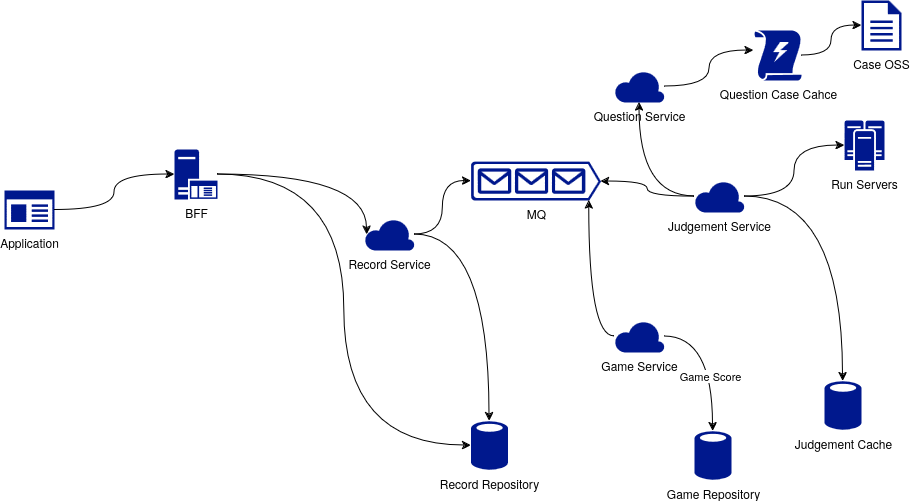
Above: docs/assets/moj-judgement-top.drawio.png in msqtt/moj (draw.io), before the change. Source tidied: cells renumbered, new cells last; positions are measured from the earlier drawing's top-left corner, leaving out a move shared by most shapes.
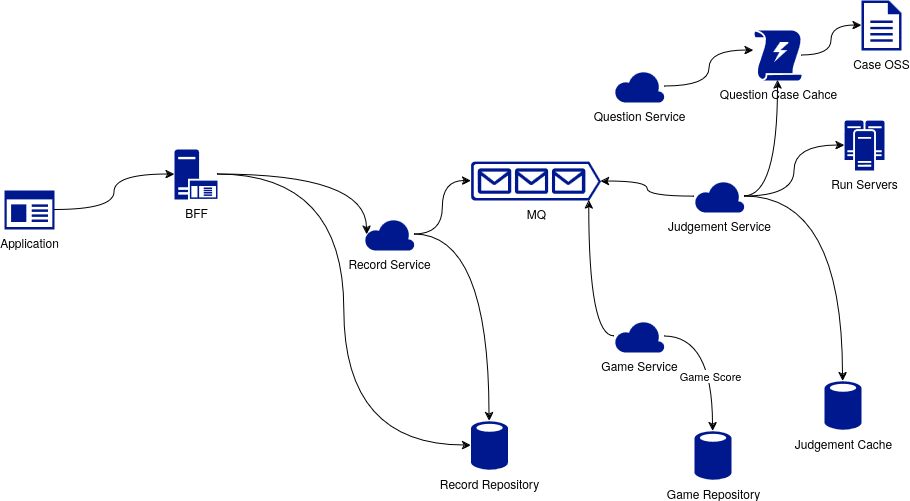
The same diagram one commit later.

What changed in the source:
```diff
@@ -11,7 +11,7 @@
     <mxCell id="4" value="Record Service" style="sketch=0;shadow=0;dashed=0;html=1;strokeColor=none;labelPosition=center;verticalLabelPosition=bottom;verticalAlign=top;align=center;fillColor=#00188D;shape=mxgraph.azure.cloud;" parent="1" vertex="1">
       <mxGeometry x="360" y="218" width="50" height="32" as="geometry" />
     </mxCell>
-    <mxCell id="5" style="edgeStyle=orthogonalEdgeStyle;rounded=0;jettySize=auto;html=1;curved=1;" parent="1" edge="1" source="6" target="27">
+    <mxCell id="5" style="edgeStyle=orthogonalEdgeStyle;rounded=0;jettySize=auto;html=1;curved=1;entryX=0.5;entryY=1;entryDx=0;entryDy=0;entryPerimeter=0;" parent="1" edge="1" source="6" target="25">
       <mxGeometry relative="1" as="geometry" />
     </mxCell>
     <mxCell id="6" value="Judgement Service" style="sketch=0;shadow=0;dashed=0;html=1;strokeColor=none;labelPosition=center;verticalLabelPosition=bottom;verticalAlign=top;align=center;fillColor=#00188D;shape=mxgraph.azure.cloud;" parent="1" vertex="1">
```
